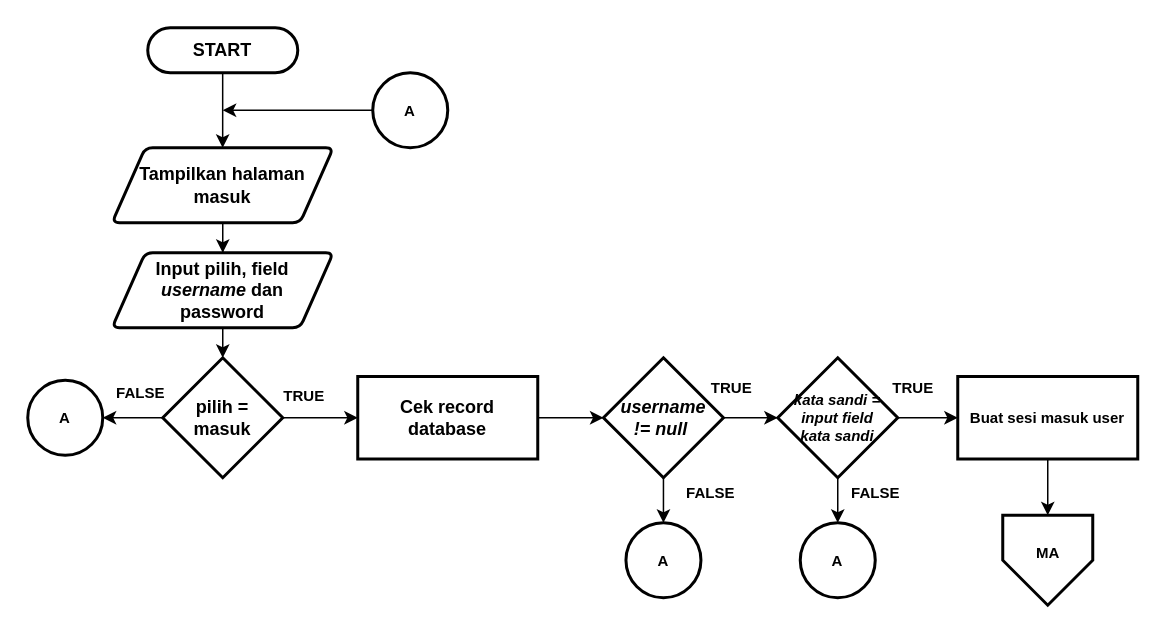
Earlier version of the draw.io diagram Dokumen TA/Paper/Flowchart/Flowchart menu masuk.drawio (muspriandi/TextMining-SentimentAnalysis). Source tidied: cells renumbered, new cells numbered last; positions are measured from the earlier drawing's top-left corner, leaving out a move shared by most shapes. Both pictures are drawn from the tidied source at 150%, with x=0, y=0 at pixel (27, 27).
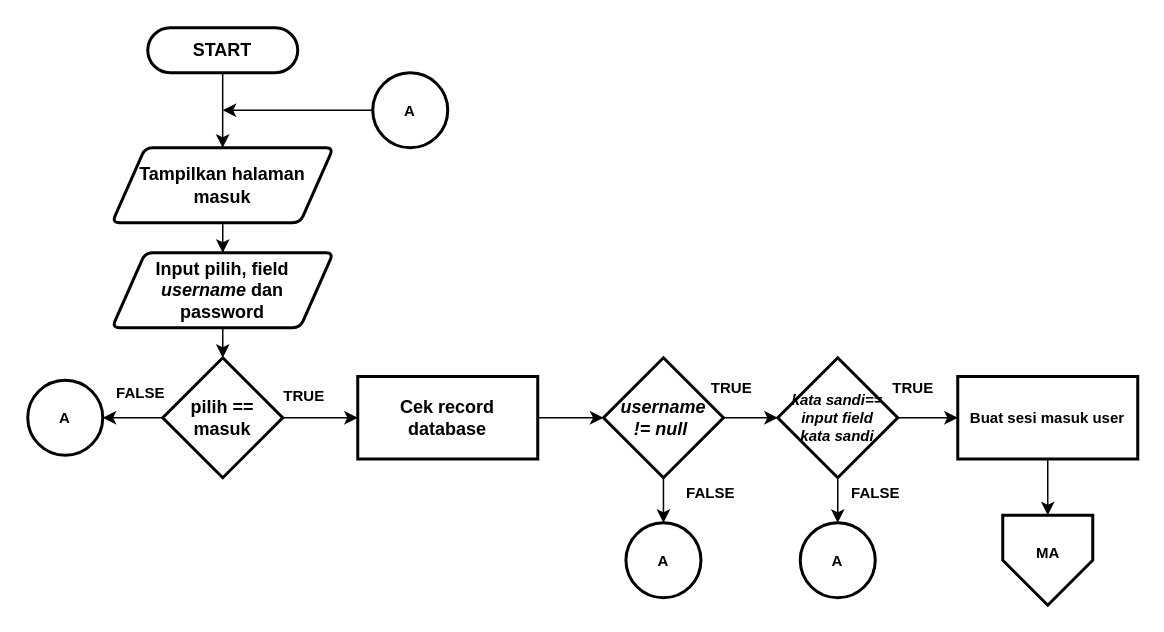
After the change.

Diff of the diagram source:
```diff
@@
-    <mxCell id="12" value="&lt;b&gt;pilih = &lt;br&gt;masuk&lt;/b&gt;" style="rhombus;whiteSpace=wrap;html=1;strokeWidth=2;" parent="1" vertex="1">
+    <mxCell id="12" value="&lt;b&gt;pilih == &lt;br&gt;masuk&lt;/b&gt;" style="rhombus;whiteSpace=wrap;html=1;strokeWidth=2;" parent="1" vertex="1">
       <mxGeometry x="90" y="220" width="80" height="80" as="geometry" />
     </mxCell>
@@
-    <mxCell id="21" value="&lt;b style=&quot;font-size: 10px;&quot;&gt;&lt;i style=&quot;font-size: 10px;&quot;&gt;kata sandi =&lt;br style=&quot;font-size: 10px;&quot;&gt;input field&lt;br style=&quot;font-size: 10px;&quot;&gt;kata sandi&lt;br style=&quot;font-size: 10px;&quot;&gt;&lt;/i&gt;&lt;/b&gt;" style="rhombus;whiteSpace=wrap;html=1;strokeWidth=2;fontSize=10;" parent="1" vertex="1">
+    <mxCell id="21" value="&lt;b style=&quot;font-size: 10px&quot;&gt;&lt;i style=&quot;font-size: 10px&quot;&gt;kata sandi==&lt;br style=&quot;font-size: 10px&quot;&gt;input field&lt;br style=&quot;font-size: 10px&quot;&gt;kata sandi&lt;br style=&quot;font-size: 10px&quot;&gt;&lt;/i&gt;&lt;/b&gt;" style="rhombus;whiteSpace=wrap;html=1;strokeWidth=2;fontSize=10;" parent="1" vertex="1">
       <mxGeometry x="500" y="220" width="80" height="80" as="geometry" />
     </mxCell>
```
